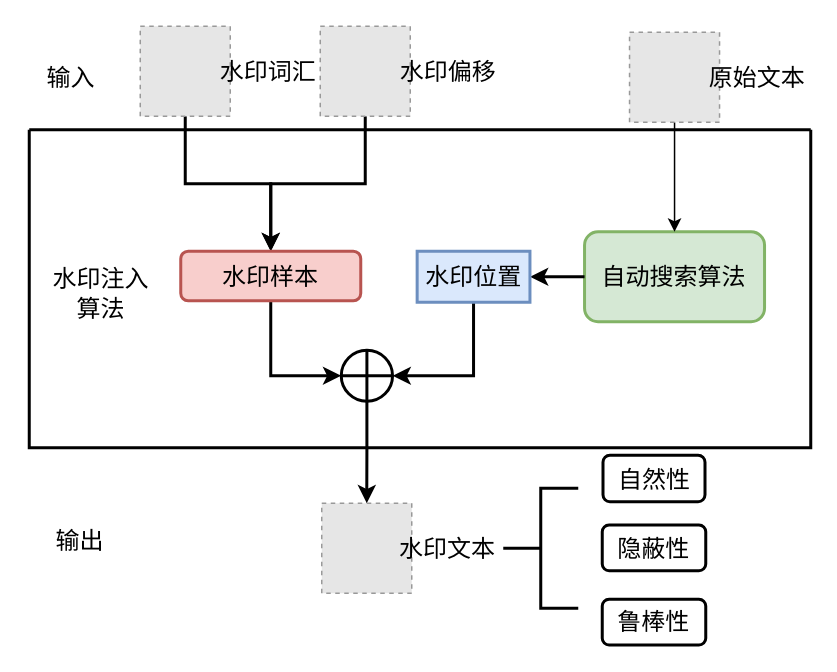
Above: d2.drawio in Icathian-Rain/process_maps (draw.io), before the change. Source tidied: cells renumbered, new cells numbered last; positions are measured from the earlier drawing's top-left corner, leaving out a move shared by most shapes. Both pictures are drawn from the tidied source at 150%, with x=0, y=0 at pixel (26, 26). Pictures stored in the file or linked from it are replaced by grey dashed boxes.
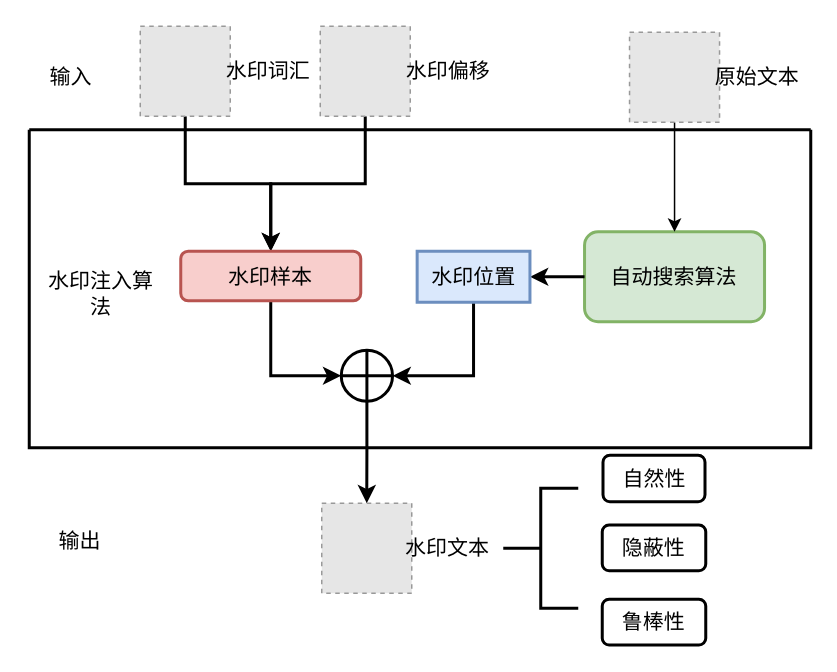
After the change.

The edit, as a diff of the source:
```diff
@@
-    <mxCell id="2" style="swimlane;startSize=0;fontSize=16;strokeWidth=2;" parent="1" vertex="1">
+    <mxCell id="2" style="swimlane;startSize=0;fontSize=14;strokeWidth=2;fontFamily=宋体;fontStyle=0;" parent="1" vertex="1">
       <mxGeometry x="2" y="69" width="521" height="212" as="geometry" />
     </mxCell>
-    <mxCell id="3" value="水印注入算法" style="text;html=1;align=center;verticalAlign=middle;whiteSpace=wrap;rounded=0;fontSize=16;strokeWidth=2;" parent="2" vertex="1">
+    <mxCell id="3" value="水印注入算法" style="text;html=1;align=center;verticalAlign=middle;whiteSpace=wrap;rounded=0;fontSize=14;strokeWidth=2;fontFamily=宋体;fontStyle=0;" parent="2" vertex="1">
       <mxGeometry x="11" y="91" width="74" height="35" as="geometry" />
     </mxCell>
-    <mxCell id="4" value="自动搜索算法" style="rounded=1;whiteSpace=wrap;html=1;fontSize=16;strokeWidth=2;fillColor=#d5e8d4;strokeColor=#82b366;" parent="2" vertex="1">
+    <mxCell id="4" value="自动搜索算法" style="rounded=1;whiteSpace=wrap;html=1;fontSize=14;strokeWidth=2;fillColor=#d5e8d4;strokeColor=#82b366;fontFamily=宋体;fontStyle=0;" parent="2" vertex="1">
       <mxGeometry x="370.2" y="68" width="120" height="60" as="geometry" />
     </mxCell>
-    <mxCell id="5" style="edgeStyle=orthogonalEdgeStyle;rounded=0;jettySize=auto;html=1;exitX=0.5;exitY=1;exitDx=0;exitDy=0;entryX=0.5;entryY=0;entryDx=0;entryDy=0;fontSize=16;strokeWidth=2;" parent="1" edge="1" source="6" target="22">
+    <mxCell id="5" style="edgeStyle=orthogonalEdgeStyle;rounded=0;jettySize=auto;html=1;exitX=0.5;exitY=1;exitDx=0;exitDy=0;entryX=0.5;entryY=0;entryDx=0;entryDy=0;fontSize=14;strokeWidth=2;fontFamily=宋体;fontStyle=0;" parent="1" edge="1" source="6" target="22">
       <mxGeometry relative="1" as="geometry" />
     </mxCell>
-    <mxCell id="6" style="fillColor=#E6E6E6;strokeColor=#999999;dashed=1;verticalLabelPosition=bottom;labelBackgroundColor=default;verticalAlign=top;fontSize=16;" parent="1" vertex="1">
+    <mxCell id="6" style="fillColor=#E6E6E6;strokeColor=#999999;dashed=1;verticalLabelPosition=bottom;labelBackgroundColor=default;verticalAlign=top;fontSize=14;fontFamily=宋体;fontStyle=0;" parent="1" vertex="1">
       <mxGeometry x="76" width="60" height="60" as="geometry" />
     </mxCell>
-    <mxCell id="7" value="水印词汇" style="text;html=1;align=center;verticalAlign=middle;whiteSpace=wrap;rounded=0;fontSize=16;strokeWidth=2;" parent="1" vertex="1">
+    <mxCell id="7" value="水印词汇" style="text;html=1;align=center;verticalAlign=middle;whiteSpace=wrap;rounded=0;fontSize=14;strokeWidth=2;fontFamily=宋体;fontStyle=0;" parent="1" vertex="1">
       <mxGeometry x="127" y="7.5" width="69" height="45" as="geometry" />
     </mxCell>
-    <mxCell id="8" style="edgeStyle=orthogonalEdgeStyle;rounded=0;jettySize=auto;html=1;exitX=0.5;exitY=1;exitDx=0;exitDy=0;fontSize=16;strokeWidth=2;" parent="1" edge="1" source="9" target="22">
+    <mxCell id="8" style="edgeStyle=orthogonalEdgeStyle;rounded=0;jettySize=auto;html=1;exitX=0.5;exitY=1;exitDx=0;exitDy=0;fontSize=14;strokeWidth=2;fontFamily=宋体;fontStyle=0;" parent="1" edge="1" source="9" target="22">
       <mxGeometry relative="1" as="geometry" />
     </mxCell>
-    <mxCell id="9" style="fillColor=#E6E6E6;strokeColor=#999999;dashed=1;verticalLabelPosition=bottom;labelBackgroundColor=default;verticalAlign=top;fontSize=16;" parent="1" vertex="1">
+    <mxCell id="9" style="fillColor=#E6E6E6;strokeColor=#999999;dashed=1;verticalLabelPosition=bottom;labelBackgroundColor=default;verticalAlign=top;fontSize=14;fontFamily=宋体;fontStyle=0;" parent="1" vertex="1">
       <mxGeometry x="196" width="60" height="60" as="geometry" />
     </mxCell>
-    <mxCell id="10" value="水印偏移" style="text;html=1;align=center;verticalAlign=middle;whiteSpace=wrap;rounded=0;fontSize=16;strokeWidth=2;" parent="1" vertex="1">
+    <mxCell id="10" value="水印偏移" style="text;html=1;align=center;verticalAlign=middle;whiteSpace=wrap;rounded=0;fontSize=14;strokeWidth=2;fontFamily=宋体;fontStyle=0;" parent="1" vertex="1">
       <mxGeometry x="247" y="7.5" width="69" height="45" as="geometry" />
     </mxCell>
-    <mxCell id="11" style="edgeStyle=orthogonalEdgeStyle;rounded=0;jettySize=auto;html=1;exitX=0.5;exitY=1;exitDx=0;exitDy=0;" parent="1" edge="1" source="12" target="4">
+    <mxCell id="11" style="edgeStyle=orthogonalEdgeStyle;rounded=0;jettySize=auto;html=1;exitX=0.5;exitY=1;exitDx=0;exitDy=0;fontSize=14;fontFamily=宋体;fontStyle=0;" parent="1" edge="1" source="12" target="4">
       <mxGeometry relative="1" as="geometry" />
     </mxCell>
-    <mxCell id="12" style="fillColor=#E6E6E6;strokeColor=#999999;dashed=1;verticalLabelPosition=bottom;labelBackgroundColor=default;verticalAlign=top;fontSize=16;" parent="1" vertex="1">
+    <mxCell id="12" style="fillColor=#E6E6E6;strokeColor=#999999;dashed=1;verticalLabelPosition=bottom;labelBackgroundColor=default;verticalAlign=top;fontSize=14;fontFamily=宋体;fontStyle=0;" parent="1" vertex="1">
       <mxGeometry x="402.2" y="4" width="60" height="60" as="geometry" />
     </mxCell>
-    <mxCell id="13" value="原始文本" style="text;html=1;align=center;verticalAlign=middle;whiteSpace=wrap;rounded=0;fontSize=16;strokeWidth=2;" parent="1" vertex="1">
+    <mxCell id="13" value="原始文本" style="text;html=1;align=center;verticalAlign=middle;whiteSpace=wrap;rounded=0;fontSize=14;strokeWidth=2;fontFamily=宋体;fontStyle=0;" parent="1" vertex="1">
       <mxGeometry x="453.2" y="11.5" width="68.8" height="45" as="geometry" />
     </mxCell>
-    <mxCell id="14" style="fillColor=#E6E6E6;strokeColor=#999999;dashed=1;verticalLabelPosition=bottom;labelBackgroundColor=default;verticalAlign=top;fontSize=16;" parent="1" vertex="1">
+    <mxCell id="14" style="fillColor=#E6E6E6;strokeColor=#999999;dashed=1;verticalLabelPosition=bottom;labelBackgroundColor=default;verticalAlign=top;fontSize=14;fontFamily=宋体;fontStyle=0;" parent="1" vertex="1">
       <mxGeometry x="197" y="318" width="60" height="60" as="geometry" />
     </mxCell>
-    <mxCell id="15" value="水印文本" style="text;html=1;align=center;verticalAlign=middle;whiteSpace=wrap;rounded=0;fontSize=16;strokeWidth=2;" parent="1" vertex="1">
+    <mxCell id="15" value="水印文本" style="text;html=1;align=center;verticalAlign=middle;whiteSpace=wrap;rounded=0;fontSize=14;strokeWidth=2;fontFamily=宋体;fontStyle=0;" parent="1" vertex="1">
       <mxGeometry x="248" y="325.5" width="66" height="45" as="geometry" />
     </mxCell>
-    <mxCell id="16" style="edgeStyle=orthogonalEdgeStyle;rounded=0;jettySize=auto;html=1;exitX=0.5;exitY=1;exitDx=0;exitDy=0;entryX=0.5;entryY=0;entryDx=0;entryDy=0;fontSize=16;strokeWidth=2;" parent="1" edge="1" source="25" target="14">
+    <mxCell id="16" style="edgeStyle=orthogonalEdgeStyle;rounded=0;jettySize=auto;html=1;exitX=0.5;exitY=1;exitDx=0;exitDy=0;entryX=0.5;entryY=0;entryDx=0;entryDy=0;fontSize=14;strokeWidth=2;fontFamily=宋体;fontStyle=0;" parent="1" edge="1" source="25" target="14">
       <mxGeometry relative="1" as="geometry" />
     </mxCell>
-    <mxCell id="17" style="strokeWidth=2;html=1;shape=mxgraph.flowchart.annotation_2;align=left;labelPosition=right;fontSize=16;" parent="1" vertex="1">
+    <mxCell id="17" style="strokeWidth=2;html=1;shape=mxgraph.flowchart.annotation_2;align=left;labelPosition=right;fontSize=14;fontFamily=宋体;fontStyle=0;" parent="1" vertex="1">
       <mxGeometry x="318" y="308" width="50" height="80" as="geometry" />
     </mxCell>
-    <mxCell id="18" value="自然性" style="rounded=1;whiteSpace=wrap;html=1;fontSize=16;strokeWidth=2;" parent="1" vertex="1">
+    <mxCell id="18" value="自然性" style="rounded=1;whiteSpace=wrap;html=1;fontSize=14;strokeWidth=2;fontFamily=宋体;fontStyle=0;" parent="1" vertex="1">
       <mxGeometry x="384.5" y="286" width="68" height="31" as="geometry" />
     </mxCell>
-    <mxCell id="19" value="隐蔽性" style="rounded=1;whiteSpace=wrap;html=1;fontSize=16;strokeWidth=2;" parent="1" vertex="1">
+    <mxCell id="19" value="隐蔽性" style="rounded=1;whiteSpace=wrap;html=1;fontSize=14;strokeWidth=2;fontFamily=宋体;fontStyle=0;" parent="1" vertex="1">
       <mxGeometry x="384" y="332.5" width="69" height="30.5" as="geometry" />
     </mxCell>
-    <mxCell id="20" style="edgeStyle=orthogonalEdgeStyle;rounded=0;jettySize=auto;html=1;exitX=0;exitY=0.5;exitDx=0;exitDy=0;entryX=1;entryY=0.5;entryDx=0;entryDy=0;fontSize=16;strokeWidth=2;" parent="1" edge="1" source="4" target="24">
+    <mxCell id="20" style="edgeStyle=orthogonalEdgeStyle;rounded=0;jettySize=auto;html=1;exitX=0;exitY=0.5;exitDx=0;exitDy=0;entryX=1;entryY=0.5;entryDx=0;entryDy=0;fontSize=14;strokeWidth=2;fontFamily=宋体;fontStyle=0;" parent="1" edge="1" source="4" target="24">
       <mxGeometry relative="1" as="geometry" />
     </mxCell>
-    <mxCell id="21" style="edgeStyle=orthogonalEdgeStyle;rounded=0;jettySize=auto;html=1;exitX=0.5;exitY=1;exitDx=0;exitDy=0;entryX=0;entryY=0.5;entryDx=0;entryDy=0;fontSize=16;strokeWidth=2;" parent="1" edge="1" source="22" target="25">
+    <mxCell id="21" style="edgeStyle=orthogonalEdgeStyle;rounded=0;jettySize=auto;html=1;exitX=0.5;exitY=1;exitDx=0;exitDy=0;entryX=0;entryY=0.5;entryDx=0;entryDy=0;fontSize=14;strokeWidth=2;fontFamily=宋体;fontStyle=0;" parent="1" edge="1" source="22" target="25">
       <mxGeometry relative="1" as="geometry" />
     </mxCell>
-    <mxCell id="22" value="水印样本" style="rounded=1;whiteSpace=wrap;html=1;fontSize=16;strokeWidth=2;fillColor=#f8cecc;strokeColor=#b85450;" parent="1" vertex="1">
+    <mxCell id="22" value="水印样本" style="rounded=1;whiteSpace=wrap;html=1;fontSize=14;strokeWidth=2;fillColor=#f8cecc;strokeColor=#b85450;fontFamily=宋体;fontStyle=0;" parent="1" vertex="1">
       <mxGeometry x="103" y="150" width="120" height="33" as="geometry" />
     </mxCell>
-    <mxCell id="23" style="edgeStyle=orthogonalEdgeStyle;rounded=0;jettySize=auto;html=1;exitX=0.5;exitY=1;exitDx=0;exitDy=0;entryX=1;entryY=0.5;entryDx=0;entryDy=0;fontSize=16;strokeWidth=2;" parent="1" edge="1" source="24" target="25">
+    <mxCell id="23" style="edgeStyle=orthogonalEdgeStyle;rounded=0;jettySize=auto;html=1;exitX=0.5;exitY=1;exitDx=0;exitDy=0;entryX=1;entryY=0.5;entryDx=0;entryDy=0;fontSize=14;strokeWidth=2;fontFamily=宋体;fontStyle=0;" parent="1" edge="1" source="24" target="25">
       <mxGeometry relative="1" as="geometry" />
     </mxCell>
-    <mxCell id="24" value="水印位置" style="rounded=0;whiteSpace=wrap;html=1;fontSize=16;strokeWidth=2;fillColor=#dae8fc;strokeColor=#6c8ebf;" parent="1" vertex="1">
+    <mxCell id="24" value="水印位置" style="rounded=0;whiteSpace=wrap;html=1;fontSize=14;strokeWidth=2;fillColor=#dae8fc;strokeColor=#6c8ebf;fontFamily=宋体;fontStyle=0;" parent="1" vertex="1">
       <mxGeometry x="260.6" y="150" width="75.2" height="34" as="geometry" />
     </mxCell>
-    <mxCell id="25" style="shape=orEllipse;perimeter=ellipsePerimeter;whiteSpace=wrap;html=1;backgroundOutline=1;fontSize=16;strokeWidth=2;" parent="1" vertex="1">
+    <mxCell id="25" style="shape=orEllipse;perimeter=ellipsePerimeter;whiteSpace=wrap;html=1;backgroundOutline=1;fontSize=14;strokeWidth=2;fontFamily=宋体;fontStyle=0;" parent="1" vertex="1">
       <mxGeometry x="210" y="216" width="34.2" height="34" as="geometry" />
     </mxCell>
-    <mxCell id="26" value="输入" style="text;html=1;align=center;verticalAlign=middle;whiteSpace=wrap;rounded=0;fontSize=16;strokeWidth=2;" parent="1" vertex="1">
+    <mxCell id="26" value="输入" style="text;html=1;align=center;verticalAlign=middle;whiteSpace=wrap;rounded=0;fontSize=14;strokeWidth=2;fontFamily=宋体;fontStyle=0;" parent="1" vertex="1">
       <mxGeometry y="19" width="60" height="30" as="geometry" />
     </mxCell>
-    <mxCell id="27" value="输出" style="text;html=1;align=center;verticalAlign=middle;whiteSpace=wrap;rounded=0;fontSize=16;strokeWidth=2;" parent="1" vertex="1">
+    <mxCell id="27" value="输出" style="text;html=1;align=center;verticalAlign=middle;whiteSpace=wrap;rounded=0;fontSize=14;strokeWidth=2;fontFamily=宋体;fontStyle=0;" parent="1" vertex="1">
       <mxGeometry x="6" y="328" width="60" height="30" as="geometry" />
     </mxCell>
-    <mxCell id="28" value="鲁棒性" style="rounded=1;whiteSpace=wrap;html=1;fontSize=16;strokeWidth=2;" parent="1" vertex="1">
+    <mxCell id="28" value="鲁棒性" style="rounded=1;whiteSpace=wrap;html=1;fontSize=14;strokeWidth=2;fontFamily=宋体;fontStyle=0;" parent="1" vertex="1">
       <mxGeometry x="384" y="382" width="69" height="30.5" as="geometry" />
     </mxCell>
```
